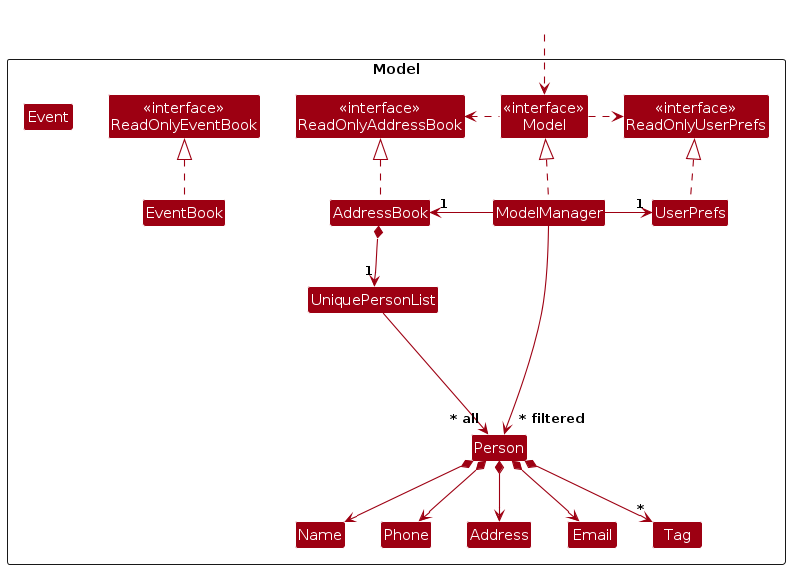
The PlantUML diagram diagrams/ModelClassDiagram.png in AY2425S1-CS2103T-T10-4/tp, before a commit. Its source is kept beside it as diagrams/ModelClassDiagram.puml.
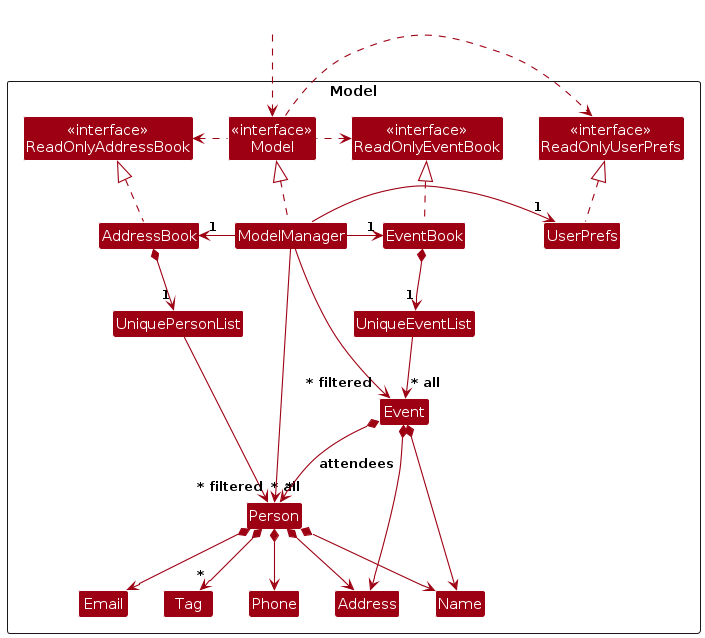
The same diagram one commit later.

Change to the diagram source:
```diff
@@ -6,16 +6,19 @@
 
 Package Model as ModelPackage <<Rectangle>>{
 Class "<<interface>>\nReadOnlyAddressBook" as ReadOnlyAddressBook
+Class "<<interface>>\nReadOnlyEventBook" as ReadOnlyEventBook
 Class "<<interface>>\nReadOnlyUserPrefs" as ReadOnlyUserPrefs
 Class "<<interface>>\nReadOnlyEventBook" as ReadOnlyEventBook
 Class "<<interface>>\nModel" as Model
 Class AddressBook
-class EventBook
+Class EventBook
 Class ModelManager
 Class UserPrefs
 
 Class UniquePersonList
+Class UniqueEventList
 Class Person
+Class Event
 Class Address
 Class Email
 Class Name
@@ -35,24 +38,33 @@
 ModelManager .up.|> Model
 Model .right.> ReadOnlyUserPrefs
 Model .left.> ReadOnlyAddressBook
+Model .left.> ReadOnlyEventBook
 ModelManager -left-> "1" AddressBook
+ModelManager -left-> "1" EventBook
 ModelManager -right-> "1" UserPrefs
 UserPrefs .up.|> ReadOnlyUserPrefs
 
 AddressBook *--> "1" UniquePersonList
+EventBook *--> "1" UniqueEventList
 UniquePersonList --> "~* all" Person
+UniqueEventList --> "~* all" Event
 Person *--> Name
 Person *--> Phone
 Person *--> Email
 Person *--> Address
 Person *--> "*" Tag
+Event *--> Name
+Event *--> Address
+Event *--> "*" Person : attendees
 
 Person -[hidden]up--> I
 UniquePersonList -[hidden]right-> I
+UniqueEventList -[hidden]right-> I
 
 Name -[hidden]right-> Phone
 Phone -[hidden]right-> Address
 Address -[hidden]right-> Email
 
 ModelManager --> "~* filtered" Person
+ModelManager --> "~* filtered" Event
 @enduml
```
